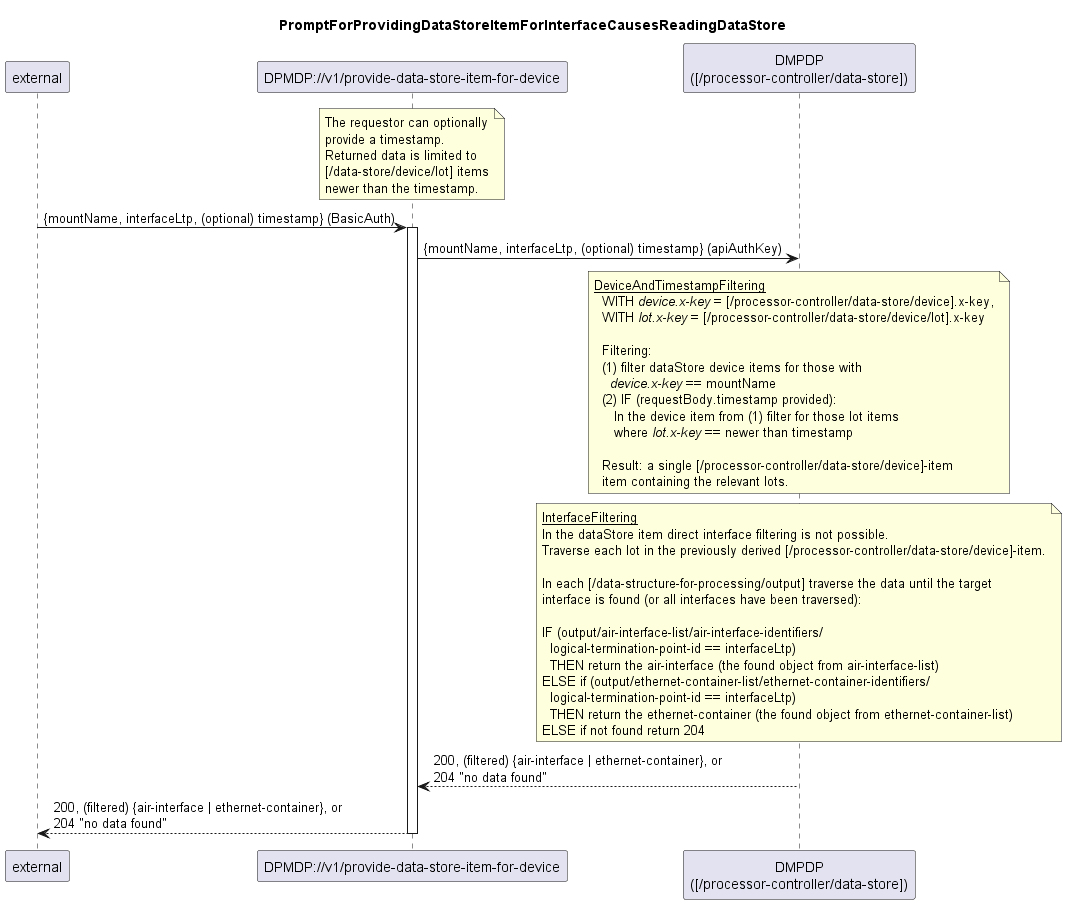
Above: spec/Services/ProvideDataStoreItemForInterface/021_ProvideDataStoreItemForInterface.png in openBackhaul/DevicePerformanceManagementDataProcessor (PlantUML), before the change.
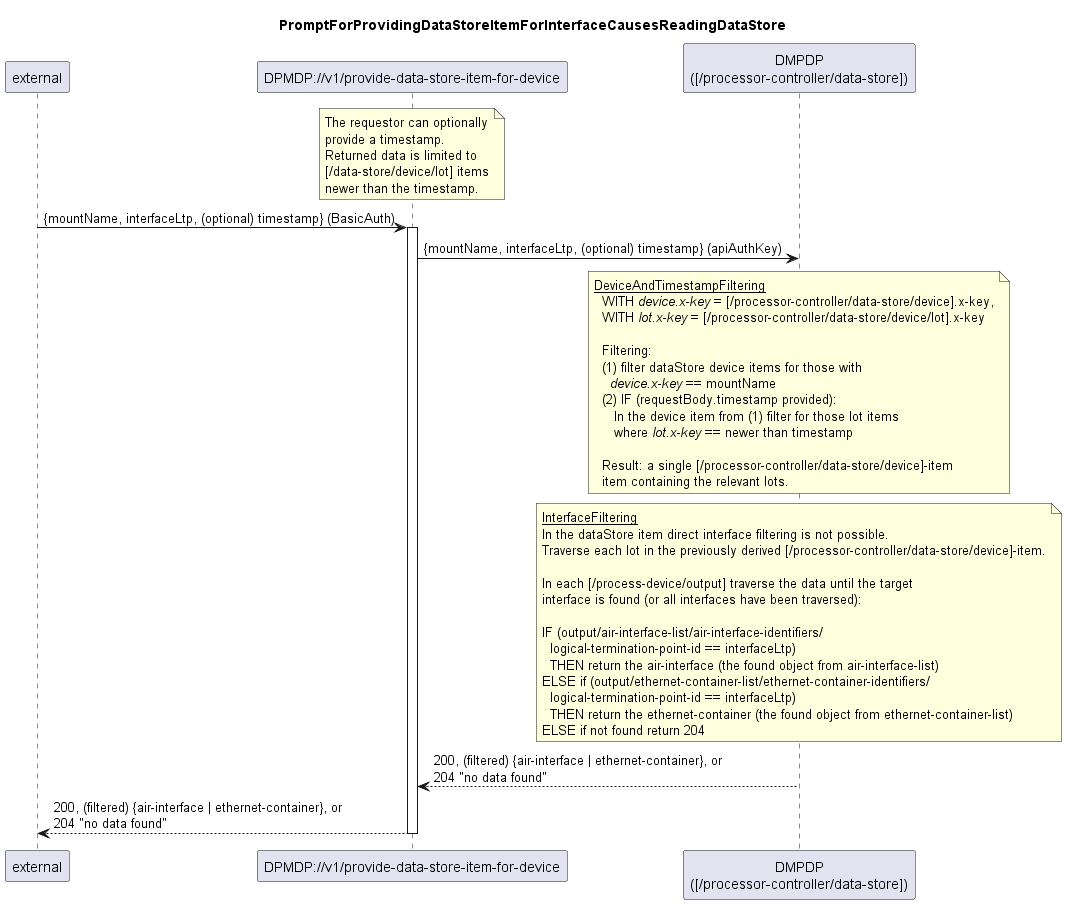
After the commit.

The edit, as a diff of the source:
```diff
@@ -42,7 +42,7 @@
 In the dataStore item direct interface filtering is not possible.
 Traverse each lot in the previously derived [/processor-controller/data-store/device]-item.
 
-In each [/data-structure-for-processing/output] traverse the data until the target
+In each [/process-device/output] traverse the data until the target
 interface is found (or all interfaces have been traversed):
 
 IF (output/air-interface-list/air-interface-identifiers/
```
